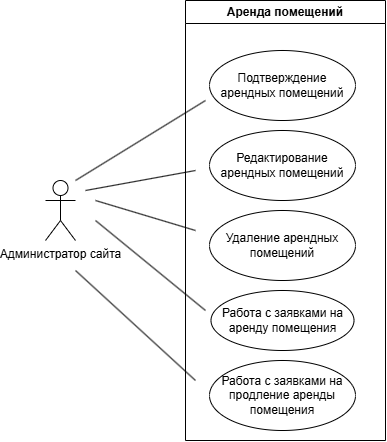
Before: 1/diagrams/use case admin.drawio.png, a diagram exported from draw.io (Wandskape/DDDIA). Source tidied: cells renumbered, new cells last; positions are measured from the earlier drawing's top-left corner, leaving out a move shared by most shapes.
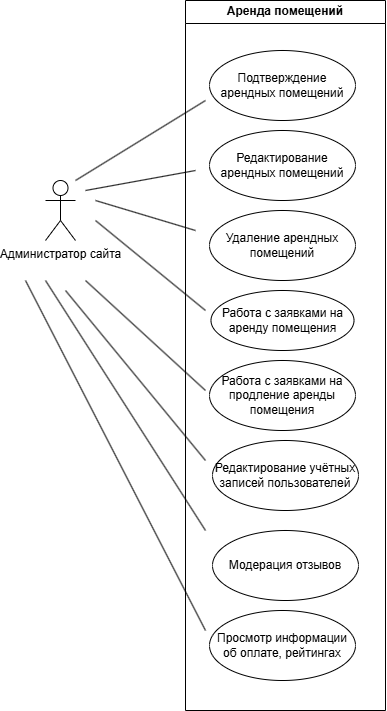
After the change.

What changed in the source:
```diff
@@ -3,7 +3,7 @@
     <mxCell id="0" />
     <mxCell id="1" parent="0" />
     <mxCell id="2" value="Аренда помещений" style="swimlane;whiteSpace=wrap;html=1;" parent="1" vertex="1">
-      <mxGeometry x="140" width="200" height="440" as="geometry" />
+      <mxGeometry x="140" width="200" height="710" as="geometry" />
     </mxCell>
     <mxCell id="3" value="Подтверждение арендных помещений" style="ellipse;whiteSpace=wrap;html=1;" parent="2" vertex="1">
       <mxGeometry x="24" y="50" width="146" height="70" as="geometry" />
@@ -20,38 +20,65 @@
     <mxCell id="7" value="Работа с заявками на продление аренды помещения" style="ellipse;whiteSpace=wrap;html=1;" parent="2" vertex="1">
       <mxGeometry x="24" y="360" width="146" height="70" as="geometry" />
     </mxCell>
+    <mxCell id="14" value="Редактирование учётных записей пользователей" style="ellipse;whiteSpace=wrap;html=1;" parent="2" vertex="1">
+      <mxGeometry x="27" y="440" width="146" height="70" as="geometry" />
+    </mxCell>
+    <mxCell id="15" value="Модерация отзывов" style="ellipse;whiteSpace=wrap;html=1;" parent="2" vertex="1">
+      <mxGeometry x="27" y="530" width="146" height="70" as="geometry" />
+    </mxCell>
+    <mxCell id="16" value="Просмотр информации об оплате, рейтингах" style="ellipse;whiteSpace=wrap;html=1;" parent="2" vertex="1">
+      <mxGeometry x="24" y="610" width="146" height="70" as="geometry" />
+    </mxCell>
     <mxCell id="8" value="Администратор сайта" style="shape=umlActor;verticalLabelPosition=bottom;verticalAlign=top;html=1;" parent="1" vertex="1">
       <mxGeometry y="180" width="30" height="60" as="geometry" />
     </mxCell>
-    <mxCell id="9" style="endArrow=none;html=1;rounded=0;" parent="1" edge="1">
-      <mxGeometry relative="1" as="geometry">
-        <mxPoint x="30" y="180" as="sourcePoint" />
-        <mxPoint x="160" y="100" as="targetPoint" />
-      </mxGeometry>
-    </mxCell>
-    <mxCell id="10" style="endArrow=none;html=1;rounded=0;" parent="1" edge="1">
-      <mxGeometry relative="1" as="geometry">
-        <mxPoint x="40" y="190" as="sourcePoint" />
-        <mxPoint x="150" y="170" as="targetPoint" />
-      </mxGeometry>
-    </mxCell>
-    <mxCell id="11" style="endArrow=none;html=1;rounded=0;" parent="1" edge="1">
-      <mxGeometry relative="1" as="geometry">
-        <mxPoint x="50" y="200" as="sourcePoint" />
-        <mxPoint x="150" y="230" as="targetPoint" />
-      </mxGeometry>
-    </mxCell>
-    <mxCell id="12" style="endArrow=none;html=1;rounded=0;" parent="1" edge="1">
-      <mxGeometry relative="1" as="geometry">
-        <mxPoint x="50" y="220" as="sourcePoint" />
-        <mxPoint x="160" y="310" as="targetPoint" />
-      </mxGeometry>
-    </mxCell>
-    <mxCell id="13" style="endArrow=none;html=1;rounded=0;" parent="1" edge="1">
-      <mxGeometry relative="1" as="geometry">
-        <mxPoint x="30" y="270" as="sourcePoint" />
-        <mxPoint x="150" y="380" as="targetPoint" />
-      </mxGeometry>
-    </mxCell>
+    <mxCell id="17" style="endArrow=none;html=1;rounded=0;" parent="1" edge="1">
+      <mxGeometry relative="1" as="geometry">
+        <mxPoint x="30" y="180" as="sourcePoint" />
+        <mxPoint x="160" y="100" as="targetPoint" />
+      </mxGeometry>
+    </mxCell>
+    <mxCell id="18" style="endArrow=none;html=1;rounded=0;" parent="1" edge="1">
+      <mxGeometry relative="1" as="geometry">
+        <mxPoint x="40" y="190" as="sourcePoint" />
+        <mxPoint x="150" y="170" as="targetPoint" />
+      </mxGeometry>
+    </mxCell>
+    <mxCell id="19" style="endArrow=none;html=1;rounded=0;" parent="1" edge="1">
+      <mxGeometry relative="1" as="geometry">
+        <mxPoint x="50" y="200" as="sourcePoint" />
+        <mxPoint x="150" y="230" as="targetPoint" />
+      </mxGeometry>
+    </mxCell>
+    <mxCell id="20" style="endArrow=none;html=1;rounded=0;" parent="1" edge="1">
+      <mxGeometry relative="1" as="geometry">
+        <mxPoint x="50" y="220" as="sourcePoint" />
+        <mxPoint x="160" y="310" as="targetPoint" />
+      </mxGeometry>
+    </mxCell>
+    <mxCell id="21" style="endArrow=none;html=1;rounded=0;" parent="1" edge="1">
+      <mxGeometry relative="1" as="geometry">
+        <mxPoint x="20" y="290" as="sourcePoint" />
+        <mxPoint x="160" y="460" as="targetPoint" />
+      </mxGeometry>
+    </mxCell>
+    <mxCell id="22" style="endArrow=none;html=1;rounded=0;" parent="1" edge="1">
+      <mxGeometry relative="1" as="geometry">
+        <mxPoint x="40" y="280" as="sourcePoint" />
+        <mxPoint x="160" y="390" as="targetPoint" />
+      </mxGeometry>
+    </mxCell>
+    <mxCell id="23" style="endArrow=none;html=1;rounded=0;" parent="1" edge="1">
+      <mxGeometry relative="1" as="geometry">
+        <mxPoint y="280" as="sourcePoint" />
+        <mxPoint x="160" y="530" as="targetPoint" />
+      </mxGeometry>
+    </mxCell>
+    <mxCell id="24" style="endArrow=none;html=1;rounded=0;" parent="1" edge="1">
+      <mxGeometry relative="1" as="geometry">
+        <mxPoint x="-20" y="280" as="sourcePoint" />
+        <mxPoint x="160" y="630" as="targetPoint" />
+      </mxGeometry>
+    </mxCell>
   </root>
 </mxGraphModel>
```
